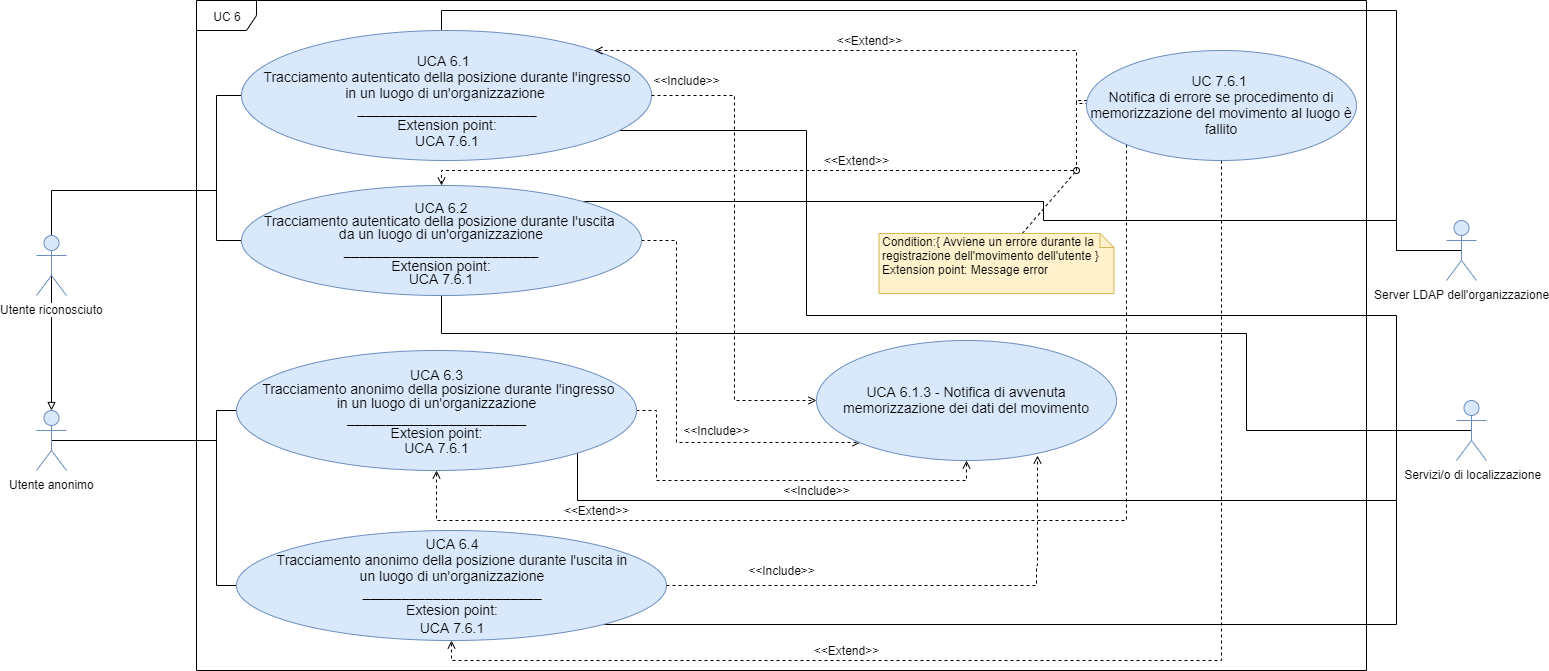
Earlier version of the draw.io export DocumentazioneEsterna/AnalisiRequisiti/sezioni/UseCase/Immagini/UCA6.png (qb-team/Stalker-Documentazione). Source tidied: cells renumbered, new cells last; positions are measured from the earlier drawing's top-left corner, leaving out a move shared by most shapes.
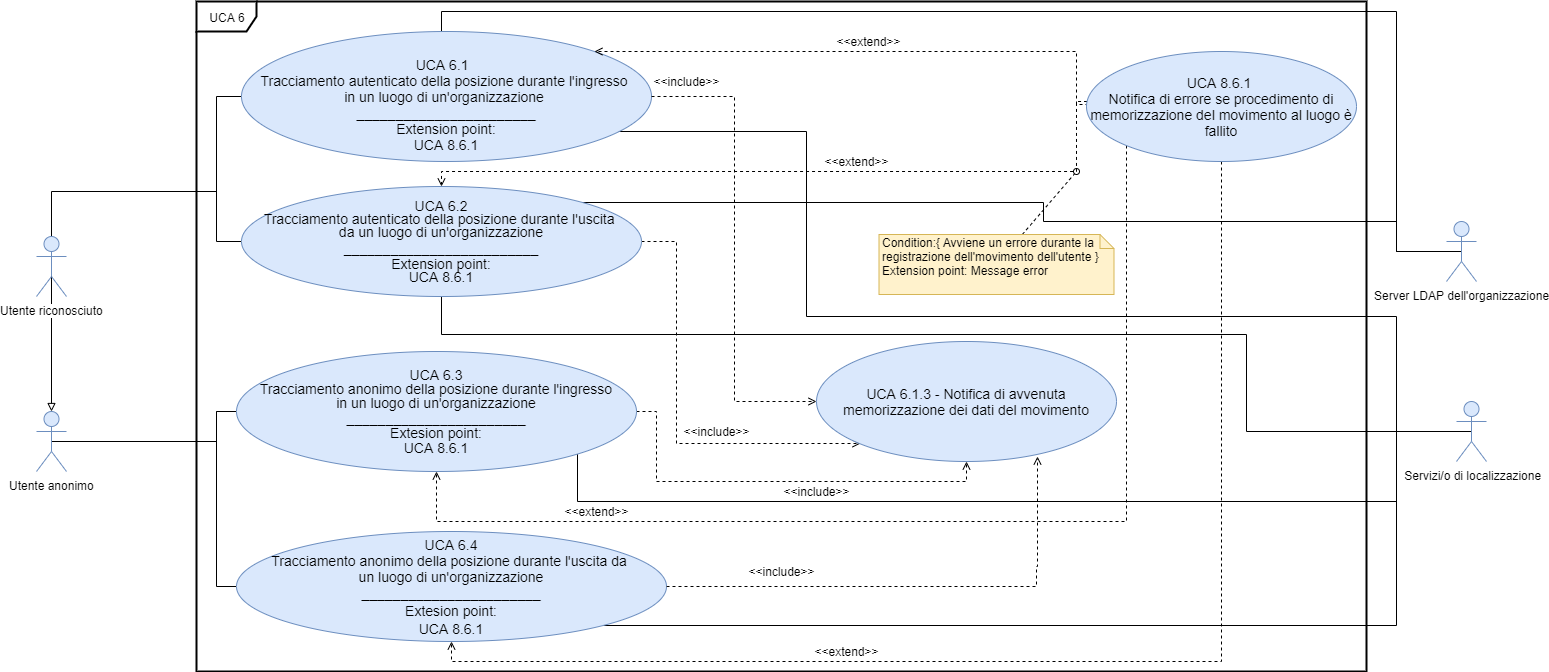
The same diagram one commit later.

What changed in the source:
```diff
@@ -2,7 +2,7 @@
   <root>
     <mxCell id="0" />
     <mxCell id="1" parent="0" />
-    <mxCell id="2" value="UC 6" style="shape=umlFrame;whiteSpace=wrap;html=1;" parent="1" vertex="1">
+    <mxCell id="2" value="UCA 6" style="shape=umlFrame;whiteSpace=wrap;html=1;strokeWidth=2;" parent="1" vertex="1">
       <mxGeometry x="160" width="1170" height="670" as="geometry" />
     </mxCell>
     <mxCell id="3" style="edgeStyle=orthogonalEdgeStyle;rounded=0;jettySize=auto;html=1;exitX=0.5;exitY=0.5;exitDx=0;exitDy=0;exitPerimeter=0;endArrow=none;endFill=0;entryX=0;entryY=0.5;entryDx=0;entryDy=0;" parent="1" edge="1" source="42" target="29">
@@ -52,7 +52,7 @@
         </Array>
       </mxGeometry>
     </mxCell>
-    <mxCell id="10" value="&lt;font style=&quot;font-size: 14px&quot;&gt;&lt;font style=&quot;font-size: 14px ; line-height: 10%&quot;&gt;&lt;br&gt;UCA 6.1&amp;nbsp;&amp;nbsp;&lt;br&gt;Tracciamento autenticato della posizione durante l'ingresso &lt;br&gt;in un luogo di un'organizzazione&amp;nbsp;&lt;br&gt;_______________________&lt;br&gt;&lt;/font&gt;Extension point:&lt;br&gt;UCA&amp;nbsp;7.6.1&lt;br&gt;&lt;/font&gt;" style="ellipse;whiteSpace=wrap;html=1;fillColor=#dae8fc;strokeColor=#6c8ebf;" parent="1" vertex="1">
+    <mxCell id="10" value="&lt;font style=&quot;font-size: 14px&quot;&gt;&lt;font style=&quot;font-size: 14px ; line-height: 10%&quot;&gt;&lt;br&gt;UCA 6.1&amp;nbsp;&amp;nbsp;&lt;br&gt;Tracciamento autenticato della posizione durante l'ingresso &lt;br&gt;in un luogo di un'organizzazione&amp;nbsp;&lt;br&gt;_______________________&lt;br&gt;&lt;/font&gt;Extension point:&lt;br&gt;UCA 8.6.1&lt;br&gt;&lt;/font&gt;" style="ellipse;whiteSpace=wrap;html=1;fillColor=#dae8fc;strokeColor=#6c8ebf;" parent="1" vertex="1">
       <mxGeometry x="205" y="30" width="410" height="130" as="geometry" />
     </mxCell>
     <mxCell id="11" style="edgeStyle=orthogonalEdgeStyle;rounded=0;jettySize=auto;html=1;exitX=1;exitY=0.5;exitDx=0;exitDy=0;entryX=0;entryY=0.5;entryDx=0;entryDy=0;dashed=1;startArrow=none;startFill=0;endArrow=open;endFill=0;" parent="1" edge="1" source="10" target="23">
@@ -95,7 +95,7 @@
         </Array>
       </mxGeometry>
     </mxCell>
-    <mxCell id="16" value="&lt;p style=&quot;line-height: 100%&quot;&gt;&lt;font style=&quot;font-size: 14px&quot;&gt;&lt;span style=&quot;font-size: 14px&quot;&gt;&amp;nbsp;UCA 6.2 &lt;br&gt;Tracciamento autenticato della posizione durante l'uscita &lt;br&gt;da un luogo di un'organizzazione &lt;/span&gt;&lt;font style=&quot;font-size: 14px ; line-height: 136%&quot;&gt;_________________________&lt;br&gt;&lt;/font&gt;&lt;/font&gt;&lt;span style=&quot;white-space: normal ; font-size: 14px&quot;&gt;&lt;font style=&quot;font-size: 14px&quot;&gt;Extension point:&lt;br&gt;UCA 7.6.1&lt;/font&gt;&lt;br&gt;&lt;/span&gt;&lt;/p&gt;" style="ellipse;whiteSpace=wrap;html=1;fillColor=#dae8fc;strokeColor=#6c8ebf;" parent="1" vertex="1">
+    <mxCell id="16" value="&lt;p style=&quot;line-height: 100%&quot;&gt;&lt;font style=&quot;font-size: 14px&quot;&gt;&lt;span style=&quot;font-size: 14px&quot;&gt;&amp;nbsp;UCA 6.2 &lt;br&gt;Tracciamento autenticato della posizione durante l'uscita &lt;br&gt;da un luogo di un'organizzazione &lt;/span&gt;&lt;font style=&quot;font-size: 14px ; line-height: 136%&quot;&gt;_________________________&lt;br&gt;&lt;/font&gt;&lt;/font&gt;&lt;span style=&quot;white-space: normal ; font-size: 14px&quot;&gt;&lt;font style=&quot;font-size: 14px&quot;&gt;Extension point:&lt;br&gt;UCA 8.6.1&lt;/font&gt;&lt;br&gt;&lt;/span&gt;&lt;/p&gt;" style="ellipse;whiteSpace=wrap;html=1;fillColor=#dae8fc;strokeColor=#6c8ebf;" parent="1" vertex="1">
       <mxGeometry x="205" y="185" width="400" height="110" as="geometry" />
     </mxCell>
     <mxCell id="17" style="rounded=0;jettySize=auto;html=1;exitX=0;exitY=0.5;exitDx=0;exitDy=0;endArrow=open;endFill=0;startArrow=none;startFill=0;dashed=1;edgeStyle=orthogonalEdgeStyle;" parent="1" edge="1" source="21" target="10">
@@ -127,16 +127,16 @@
         </Array>
       </mxGeometry>
     </mxCell>
-    <mxCell id="21" value="&lt;font style=&quot;font-size: 14px&quot;&gt;UC 7.6.1&amp;nbsp;&lt;br&gt;Notifica di errore se procedimento di memorizzazione del movimento al luogo è fallito&lt;/font&gt;" style="ellipse;whiteSpace=wrap;html=1;fillColor=#dae8fc;strokeColor=#6c8ebf;" parent="1" vertex="1">
+    <mxCell id="21" value="&lt;font style=&quot;font-size: 14px&quot;&gt;UCA 8.6.1&amp;nbsp;&lt;br&gt;Notifica di errore se procedimento di memorizzazione del movimento al luogo è fallito&lt;/font&gt;" style="ellipse;whiteSpace=wrap;html=1;fillColor=#dae8fc;strokeColor=#6c8ebf;" parent="1" vertex="1">
       <mxGeometry x="1050" y="50" width="270" height="110" as="geometry" />
     </mxCell>
-    <mxCell id="22" value="&amp;lt;&amp;lt;Extend&amp;gt;&amp;gt;" style="text;html=1;strokeColor=none;fillColor=none;align=center;verticalAlign=middle;whiteSpace=wrap;rounded=0;direction=south;" parent="1" vertex="1">
+    <mxCell id="22" value="&amp;lt;&amp;lt;extend&amp;gt;&amp;gt;" style="text;html=1;strokeColor=none;fillColor=none;align=center;verticalAlign=middle;whiteSpace=wrap;rounded=0;direction=south;" parent="1" vertex="1">
       <mxGeometry x="822.5" y="20" width="20" height="40" as="geometry" />
     </mxCell>
     <mxCell id="23" value="&lt;font style=&quot;font-size: 14px&quot;&gt;UCA 6.1.3 - Notifica di avvenuta memorizzazione dei dati del movimento&lt;/font&gt;" style="ellipse;whiteSpace=wrap;html=1;fillColor=#dae8fc;strokeColor=#6c8ebf;" parent="1" vertex="1">
       <mxGeometry x="780" y="340" width="300" height="120" as="geometry" />
     </mxCell>
-    <mxCell id="24" value="&amp;lt;&amp;lt;Include&amp;gt;&amp;gt;" style="text;html=1;strokeColor=none;fillColor=none;align=center;verticalAlign=middle;whiteSpace=wrap;rounded=0;" parent="1" vertex="1">
+    <mxCell id="24" value="&amp;lt;&amp;lt;include&amp;gt;&amp;gt;" style="text;html=1;strokeColor=none;fillColor=none;align=center;verticalAlign=middle;whiteSpace=wrap;rounded=0;" parent="1" vertex="1">
       <mxGeometry x="630" y="70" width="40" height="20" as="geometry" />
     </mxCell>
     <mxCell id="25" style="rounded=0;jettySize=auto;html=1;dashed=1;endArrow=oval;endFill=0;" parent="1" edge="1" source="26">
@@ -165,7 +165,7 @@
         </Array>
       </mxGeometry>
     </mxCell>
-    <mxCell id="29" value="&lt;p style=&quot;line-height: 110%&quot;&gt;&lt;span style=&quot;font-size: 14px&quot;&gt;UCA 6.3&lt;br&gt;&amp;nbsp;Tracciamento anonimo della posizione durante l'ingresso &lt;br&gt;in un luogo di un'organizzazione&lt;br&gt;&lt;/span&gt;&lt;font style=&quot;font-size: 14px ; line-height: 104%&quot;&gt;_______________________&lt;br&gt;Extesion point:&lt;br&gt;UCA 7.6.1&lt;/font&gt;&lt;/p&gt;" style="ellipse;whiteSpace=wrap;html=1;fillColor=#dae8fc;strokeColor=#6c8ebf;" parent="1" vertex="1">
+    <mxCell id="29" value="&lt;p style=&quot;line-height: 110%&quot;&gt;&lt;span style=&quot;font-size: 14px&quot;&gt;UCA 6.3&lt;br&gt;&amp;nbsp;Tracciamento anonimo della posizione durante l'ingresso &lt;br&gt;in un luogo di un'organizzazione&lt;br&gt;&lt;/span&gt;&lt;font style=&quot;font-size: 14px ; line-height: 104%&quot;&gt;_______________________&lt;br&gt;Extesion point:&lt;br&gt;UCA 8.6.1&lt;/font&gt;&lt;/p&gt;" style="ellipse;whiteSpace=wrap;html=1;fillColor=#dae8fc;strokeColor=#6c8ebf;" parent="1" vertex="1">
       <mxGeometry x="200" y="350" width="400" height="120" as="geometry" />
     </mxCell>
     <mxCell id="30" style="edgeStyle=orthogonalEdgeStyle;rounded=0;jettySize=auto;html=1;exitX=0;exitY=0.5;exitDx=0;exitDy=0;endArrow=none;endFill=0;" parent="1" edge="1" source="32">
@@ -181,13 +181,13 @@
         </Array>
       </mxGeometry>
     </mxCell>
-    <mxCell id="32" value="&lt;font&gt;&lt;span style=&quot;font-size: 14px&quot;&gt;UCA 6.4&lt;br&gt;Tracciamento anonimo della posizione durante l'uscita in &lt;br&gt;un luogo di un'organizzazione&lt;/span&gt;&lt;br&gt;&lt;span style=&quot;font-size: 14px&quot;&gt;_______________________&lt;/span&gt;&lt;br style=&quot;font-size: 14px&quot;&gt;&lt;span style=&quot;font-size: 14px&quot;&gt;Extesion point:&lt;/span&gt;&lt;br style=&quot;font-size: 14px&quot;&gt;&lt;span style=&quot;font-size: 14px&quot;&gt;UCA 7.6.1&lt;/span&gt;&lt;br&gt;&lt;/font&gt;" style="ellipse;whiteSpace=wrap;html=1;fillColor=#dae8fc;strokeColor=#6c8ebf;" parent="1" vertex="1">
+    <mxCell id="32" value="&lt;font&gt;&lt;span style=&quot;font-size: 14px&quot;&gt;UCA 6.4&lt;br&gt;Tracciamento anonimo della posizione durante l'uscita da&amp;nbsp;&lt;br&gt;un luogo di un'organizzazione&lt;/span&gt;&lt;br&gt;&lt;span style=&quot;font-size: 14px&quot;&gt;_______________________&lt;/span&gt;&lt;br style=&quot;font-size: 14px&quot;&gt;&lt;span style=&quot;font-size: 14px&quot;&gt;Extesion point:&lt;/span&gt;&lt;br style=&quot;font-size: 14px&quot;&gt;&lt;span style=&quot;font-size: 14px&quot;&gt;UCA 8.6.1&lt;/span&gt;&lt;br&gt;&lt;/font&gt;" style="ellipse;whiteSpace=wrap;html=1;fillColor=#dae8fc;strokeColor=#6c8ebf;" parent="1" vertex="1">
       <mxGeometry x="200" y="530" width="430" height="110" as="geometry" />
     </mxCell>
-    <mxCell id="33" value="&amp;lt;&amp;lt;Extend&amp;gt;&amp;gt;" style="text;html=1;strokeColor=none;fillColor=none;align=center;verticalAlign=middle;whiteSpace=wrap;rounded=0;direction=south;" parent="1" vertex="1">
+    <mxCell id="33" value="&amp;lt;&amp;lt;extend&amp;gt;&amp;gt;" style="text;html=1;strokeColor=none;fillColor=none;align=center;verticalAlign=middle;whiteSpace=wrap;rounded=0;direction=south;" parent="1" vertex="1">
       <mxGeometry x="810" y="140" width="20" height="40" as="geometry" />
     </mxCell>
-    <mxCell id="34" value="&amp;lt;&amp;lt;Include&amp;gt;&amp;gt;" style="text;html=1;strokeColor=none;fillColor=none;align=center;verticalAlign=middle;whiteSpace=wrap;rounded=0;" parent="1" vertex="1">
+    <mxCell id="34" value="&amp;lt;&amp;lt;include&amp;gt;&amp;gt;" style="text;html=1;strokeColor=none;fillColor=none;align=center;verticalAlign=middle;whiteSpace=wrap;rounded=0;" parent="1" vertex="1">
       <mxGeometry x="660" y="420" width="40" height="20" as="geometry" />
     </mxCell>
     <mxCell id="35" style="edgeStyle=orthogonalEdgeStyle;rounded=0;jettySize=auto;html=1;exitX=1;exitY=0.5;exitDx=0;exitDy=0;endArrow=open;endFill=0;dashed=1;entryX=0.736;entryY=0.958;entryDx=0;entryDy=0;entryPerimeter=0;" parent="1" edge="1" source="32" target="23">
@@ -199,16 +199,16 @@
         </Array>
       </mxGeometry>
     </mxCell>
-    <mxCell id="36" value="&amp;lt;&amp;lt;Include&amp;gt;&amp;gt;" style="text;html=1;strokeColor=none;fillColor=none;align=center;verticalAlign=middle;whiteSpace=wrap;rounded=0;" parent="1" vertex="1">
+    <mxCell id="36" value="&amp;lt;&amp;lt;include&amp;gt;&amp;gt;" style="text;html=1;strokeColor=none;fillColor=none;align=center;verticalAlign=middle;whiteSpace=wrap;rounded=0;" parent="1" vertex="1">
       <mxGeometry x="725" y="560" width="40" height="20" as="geometry" />
     </mxCell>
-    <mxCell id="37" value="&amp;lt;&amp;lt;Include&amp;gt;&amp;gt;" style="text;html=1;strokeColor=none;fillColor=none;align=center;verticalAlign=middle;whiteSpace=wrap;rounded=0;" parent="1" vertex="1">
+    <mxCell id="37" value="&amp;lt;&amp;lt;include&amp;gt;&amp;gt;" style="text;html=1;strokeColor=none;fillColor=none;align=center;verticalAlign=middle;whiteSpace=wrap;rounded=0;" parent="1" vertex="1">
       <mxGeometry x="760" y="480" width="40" height="20" as="geometry" />
     </mxCell>
-    <mxCell id="38" value="&amp;lt;&amp;lt;Extend&amp;gt;&amp;gt;" style="text;html=1;strokeColor=none;fillColor=none;align=center;verticalAlign=middle;whiteSpace=wrap;rounded=0;direction=south;" parent="1" vertex="1">
+    <mxCell id="38" value="&amp;lt;&amp;lt;extend&amp;gt;&amp;gt;" style="text;html=1;strokeColor=none;fillColor=none;align=center;verticalAlign=middle;whiteSpace=wrap;rounded=0;direction=south;" parent="1" vertex="1">
       <mxGeometry x="800" y="630" width="20" height="40" as="geometry" />
     </mxCell>
-    <mxCell id="39" value="&amp;lt;&amp;lt;Extend&amp;gt;&amp;gt;" style="text;html=1;strokeColor=none;fillColor=none;align=center;verticalAlign=middle;whiteSpace=wrap;rounded=0;direction=south;" parent="1" vertex="1">
+    <mxCell id="39" value="&amp;lt;&amp;lt;extend&amp;gt;&amp;gt;" style="text;html=1;strokeColor=none;fillColor=none;align=center;verticalAlign=middle;whiteSpace=wrap;rounded=0;direction=south;" parent="1" vertex="1">
       <mxGeometry x="550" y="490" width="20" height="40" as="geometry" />
     </mxCell>
     <mxCell id="40" value="&amp;nbsp;Servizi/o di localizzazione" style="shape=umlActor;verticalLabelPosition=bottom;labelBackgroundColor=#ffffff;verticalAlign=top;html=1;outlineConnect=0;fillColor=#dae8fc;strokeColor=#6c8ebf;" parent="1" vertex="1">
```
